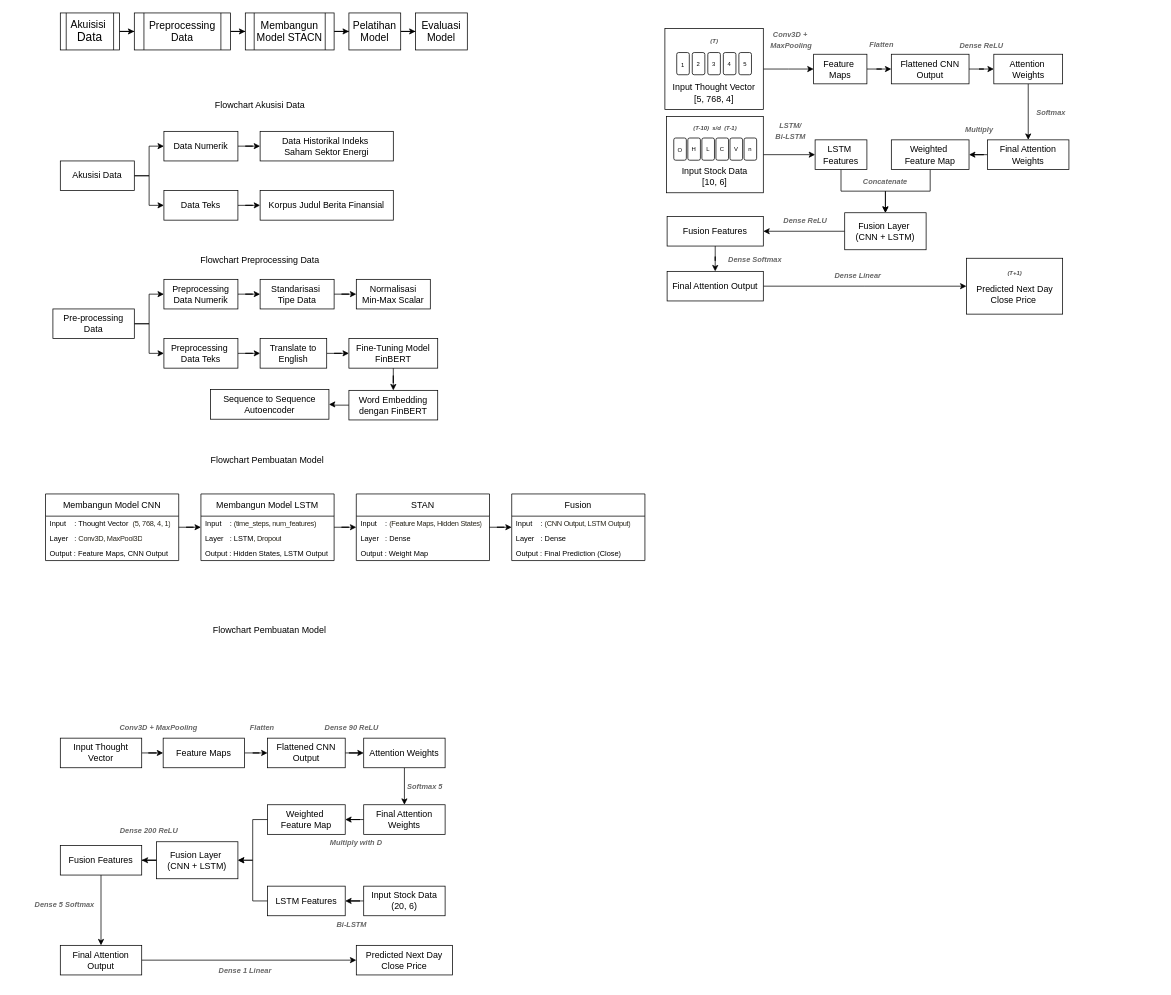
Above: Untitled Diagram.drawio in novitangrn/STACN (draw.io), before the change. Source tidied: cells renumbered, new cells numbered last; positions are measured from the earlier drawing's top-left corner, leaving out a move shared by most shapes. Both pictures are drawn from the tidied source at 74%, with x=0, y=0 at pixel (13, 13).
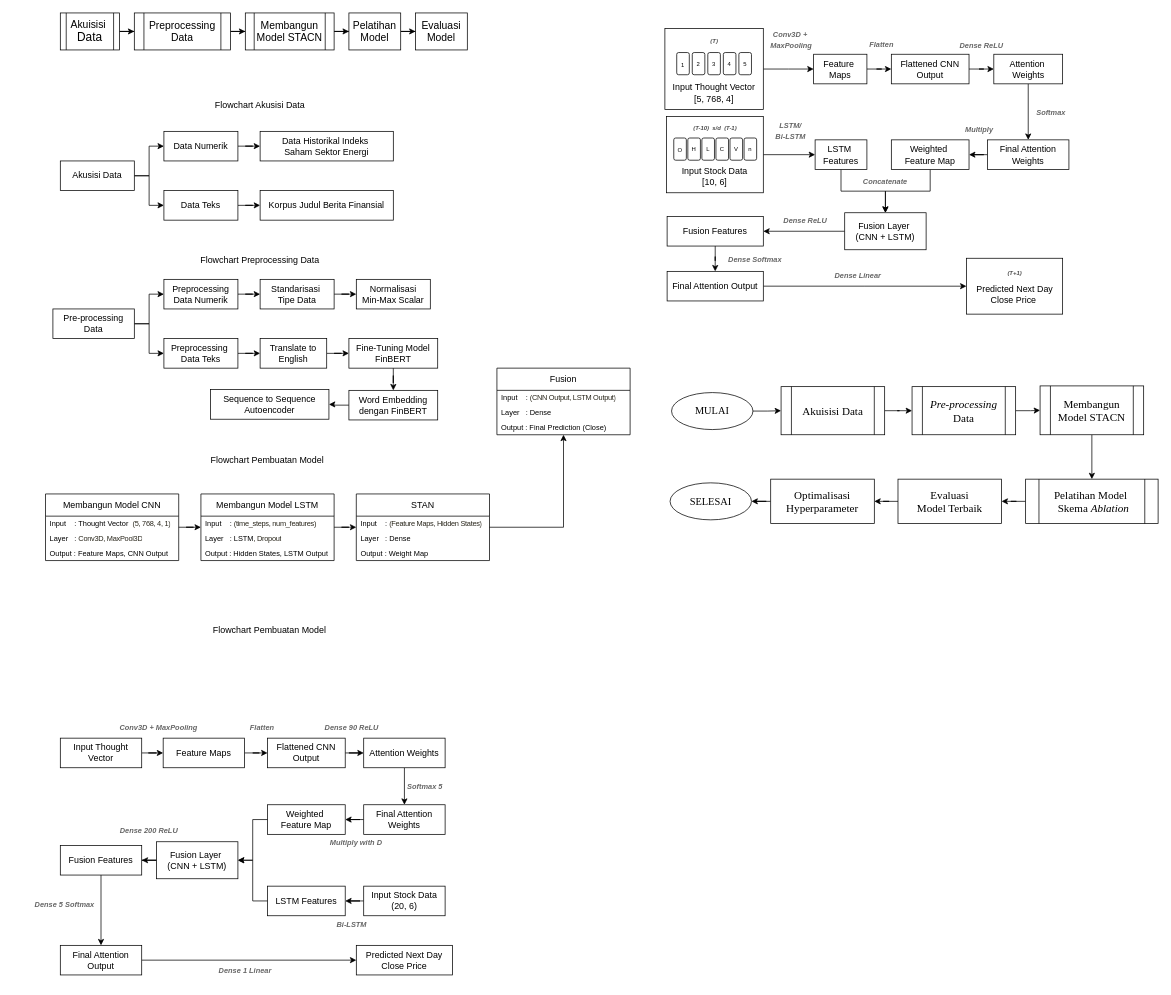
Above is the later version.

The edit, as a diff of the source:
```diff
@@
     <mxCell id="55" value="Fusion" style="swimlane;fontStyle=0;horizontal=1;startSize=30;whiteSpace=wrap;html=1;" parent="1" vertex="1">
-      <mxGeometry x="674" y="650" width="180" height="90" as="geometry" />
+      <mxGeometry x="654" y="480" width="180" height="90" as="geometry" />
     </mxCell>
@@
+    <mxCell id="142" style="edgeStyle=orthogonalEdgeStyle;rounded=0;jettySize=auto;html=1;fontFamily=Times New Roman;fontSize=15;" parent="1" edge="1" source="143" target="149">
+      <mxGeometry relative="1" as="geometry" />
+    </mxCell>
+    <mxCell id="143" value="&lt;font&gt;Akuisisi Data&lt;/font&gt;" style="shape=process;whiteSpace=wrap;html=1;backgroundOutline=1;fontFamily=Times New Roman;fontSize=15;" parent="1" vertex="1">
+      <mxGeometry x="1038" y="505" width="140" height="65" as="geometry" />
+    </mxCell>
+    <mxCell id="144" style="edgeStyle=orthogonalEdgeStyle;rounded=0;jettySize=auto;html=1;fontFamily=Times New Roman;fontSize=15;" parent="1" edge="1" source="145" target="156">
+      <mxGeometry relative="1" as="geometry" />
+    </mxCell>
+    <mxCell id="145" value="&lt;font&gt;Membangun Model STACN&lt;/font&gt;" style="shape=process;whiteSpace=wrap;html=1;backgroundOutline=1;fontFamily=Times New Roman;fontSize=15;" parent="1" vertex="1">
+      <mxGeometry x="1388" y="504" width="140" height="66" as="geometry" />
+    </mxCell>
+    <mxCell id="146" style="edgeStyle=orthogonalEdgeStyle;rounded=0;jettySize=auto;html=1;fontFamily=Times New Roman;fontSize=15;" parent="1" edge="1" source="147" target="151">
+      <mxGeometry relative="1" as="geometry" />
+    </mxCell>
+    <mxCell id="147" value="&lt;font&gt;Evaluasi&lt;/font&gt;&lt;div&gt;&lt;font&gt;Model Terbaik&lt;/font&gt;&lt;/div&gt;" style="whiteSpace=wrap;html=1;fontFamily=Times New Roman;fontSize=15;" parent="1" vertex="1">
+      <mxGeometry x="1196" y="630" width="140" height="60" as="geometry" />
+    </mxCell>
+    <mxCell id="148" style="edgeStyle=orthogonalEdgeStyle;rounded=0;jettySize=auto;html=1;fontFamily=Times New Roman;fontSize=15;" parent="1" edge="1" source="149" target="145">
+      <mxGeometry relative="1" as="geometry" />
+    </mxCell>
+    <mxCell id="149" value="&lt;font&gt;&lt;i&gt;Pre-processing&lt;/i&gt; Data&lt;/font&gt;" style="shape=process;whiteSpace=wrap;html=1;backgroundOutline=1;fontFamily=Times New Roman;fontSize=15;" parent="1" vertex="1">
+      <mxGeometry x="1215" y="505" width="140" height="65" as="geometry" />
+    </mxCell>
+    <mxCell id="150" style="edgeStyle=orthogonalEdgeStyle;rounded=0;jettySize=auto;html=1;fontFamily=Times New Roman;fontSize=15;" parent="1" edge="1" source="151" target="154">
+      <mxGeometry relative="1" as="geometry" />
+    </mxCell>
+    <mxCell id="151" value="&lt;span&gt;Optimalisasi Hyperparameter&lt;/span&gt;" style="whiteSpace=wrap;html=1;fontFamily=Times New Roman;fontSize=15;" parent="1" vertex="1">
+      <mxGeometry x="1024" y="630" width="140" height="60" as="geometry" />
+    </mxCell>
+    <mxCell id="152" style="edgeStyle=orthogonalEdgeStyle;rounded=0;jettySize=auto;html=1;fontFamily=Times New Roman;fontSize=15;" parent="1" edge="1" source="153" target="143">
+      <mxGeometry relative="1" as="geometry" />
+    </mxCell>
+    <mxCell id="153" value="MULAI" style="ellipse;whiteSpace=wrap;html=1;fontFamily=Times New Roman;fontSize=14;" parent="1" vertex="1">
+      <mxGeometry x="890" y="513" width="110" height="50" as="geometry" />
+    </mxCell>
+    <mxCell id="154" value="&lt;font face=&quot;Times New Roman&quot;&gt;SELESAI&lt;/font&gt;" style="ellipse;whiteSpace=wrap;html=1;fontSize=14;" parent="1" vertex="1">
+      <mxGeometry x="888" y="635" width="110" height="50" as="geometry" />
+    </mxCell>
+    <mxCell id="155" style="edgeStyle=orthogonalEdgeStyle;rounded=0;jettySize=auto;html=1;fontFamily=Times New Roman;fontSize=15;" parent="1" edge="1" source="156" target="147">
+      <mxGeometry relative="1" as="geometry" />
+    </mxCell>
+    <mxCell id="156" value="&lt;font&gt;Pelatihan&amp;nbsp;&lt;/font&gt;&lt;span style=&quot;color: light-dark(rgb(0, 0, 0), rgb(255, 255, 255)); background-color: transparent;&quot;&gt;Model&amp;nbsp;&lt;/span&gt;&lt;div&gt;&lt;span style=&quot;color: light-dark(rgb(0, 0, 0), rgb(255, 255, 255)); background-color: transparent;&quot;&gt;&amp;nbsp;Skema&amp;nbsp;&lt;/span&gt;&lt;i style=&quot;color: light-dark(rgb(0, 0, 0), rgb(255, 255, 255)); background-color: transparent;&quot;&gt;Ablation&lt;/i&gt;&lt;/div&gt;" style="shape=process;whiteSpace=wrap;html=1;backgroundOutline=1;fontFamily=Times New Roman;fontSize=15;" parent="1" vertex="1">
+      <mxGeometry x="1368.5" y="630" width="179" height="60" as="geometry" />
+    </mxCell>
```
